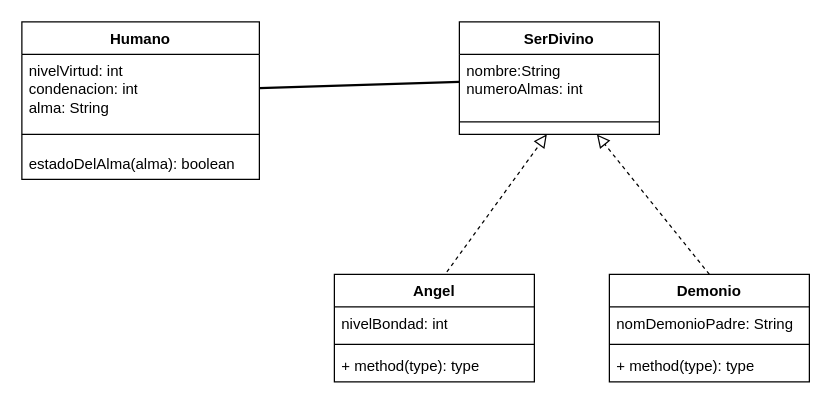
HimarRH/ActividadesEntornos keeps this draw.io diagram as diagrama_de_clases_relacionales_req2.drawio. Above is the earlier version. Source tidied: cells renumbered, new cells numbered last; positions are measured from the earlier drawing's top-left corner, leaving out a move shared by most shapes. Both pictures are drawn from the tidied source at 125%, with x=0, y=0 at pixel (21, 21).
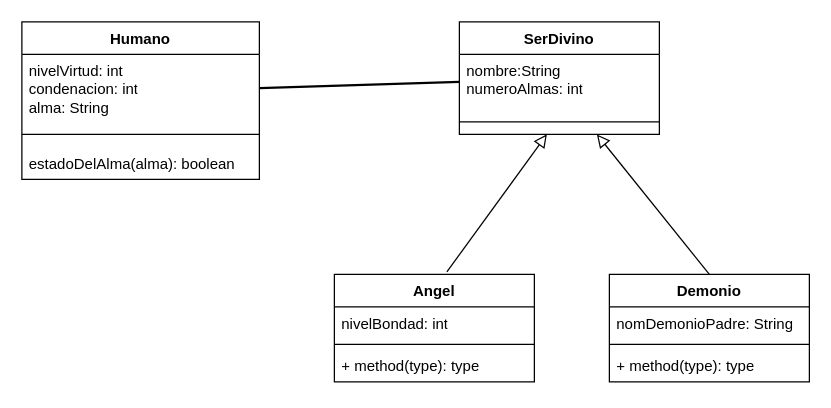
Above is the later version.

Unchanged cells that the change refers to:
```xml
<mxCell id="14" value="Demonio" style="swimlane;fontStyle=1;align=center;verticalAlign=top;horizontal=1;startSize=26;whiteSpace=wrap;html=1;" parent="1" vertex="1">
  <mxGeometry x="470" y="202" width="160" height="86" as="geometry" />
</mxCell>
```

The edit, as a diff of the source:
```diff
@@
-    <mxCell id="13" style="endArrow=block;startArrow=none;endFill=0;startFill=0;endSize=8;html=1;verticalAlign=bottom;dashed=1;labelBackgroundColor=none;rounded=0;" parent="1" edge="1">
+    <mxCell id="13" style="endArrow=block;startArrow=none;endFill=0;startFill=0;endSize=8;html=1;verticalAlign=bottom;labelBackgroundColor=none;rounded=0;" parent="1" edge="1">
       <mxGeometry relative="1" as="geometry">
         <mxPoint x="340" y="200" as="sourcePoint" />
         <mxPoint x="420" y="90" as="targetPoint" />
       </mxGeometry>
     </mxCell>
@@
-    <mxCell id="18" style="endArrow=block;startArrow=none;endFill=0;startFill=0;endSize=8;html=1;verticalAlign=bottom;dashed=1;labelBackgroundColor=none;rounded=0;exitX=0.5;exitY=0;exitDx=0;exitDy=0;" parent="1" edge="1" source="14">
+    <mxCell id="18" style="endArrow=block;startArrow=none;endFill=0;startFill=0;endSize=8;html=1;verticalAlign=bottom;labelBackgroundColor=none;rounded=0;exitX=0.5;exitY=0;exitDx=0;exitDy=0;" parent="1" edge="1" source="14">
       <mxGeometry relative="1" as="geometry">
         <mxPoint x="460" y="90" as="targetPoint" />
       </mxGeometry>
     </mxCell>
```
